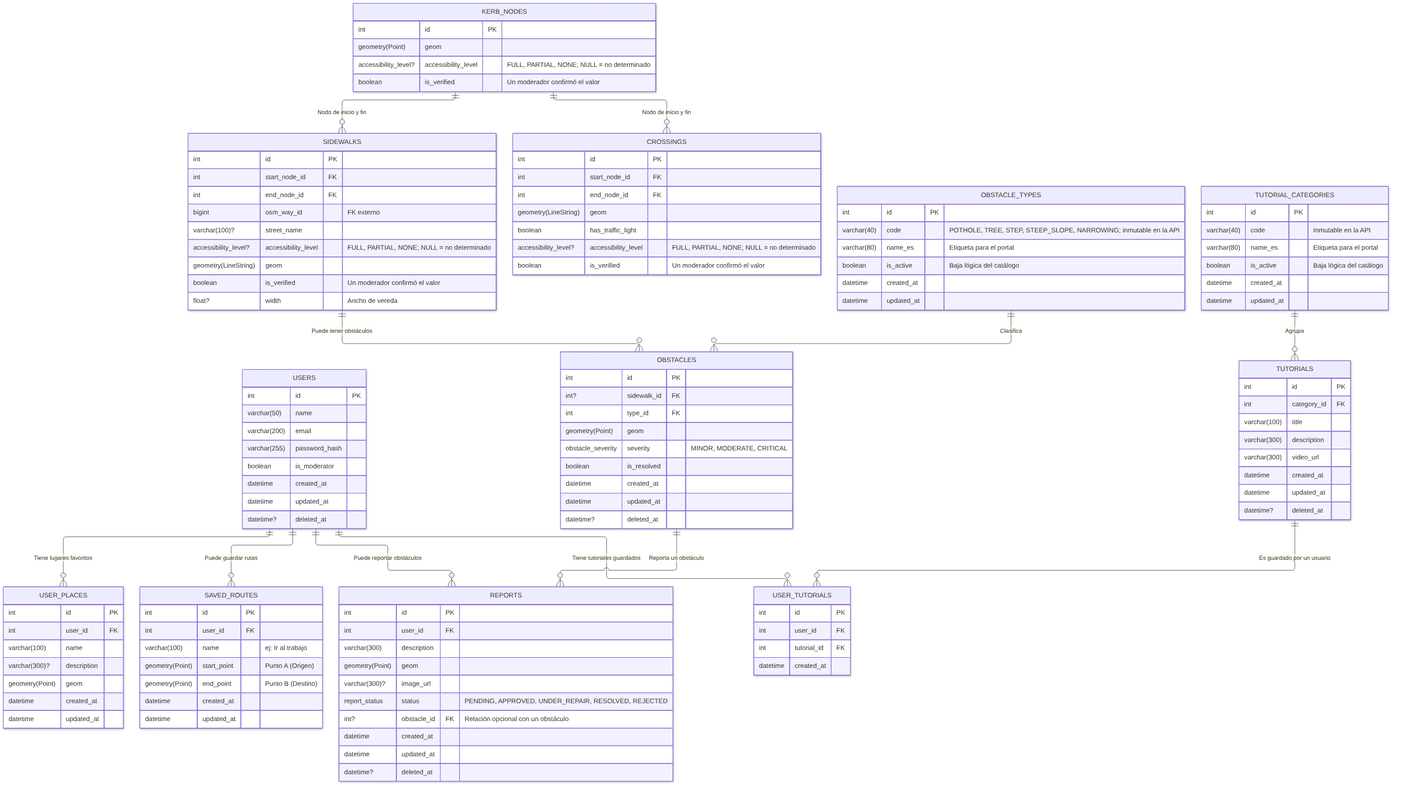
Above: docs/diagrams/imgs/01-DER.png in BLP-Technologies/rodando-x-mza (Mermaid), before the change. Its source is kept beside it as docs/diagrams/01-DER.mmd.
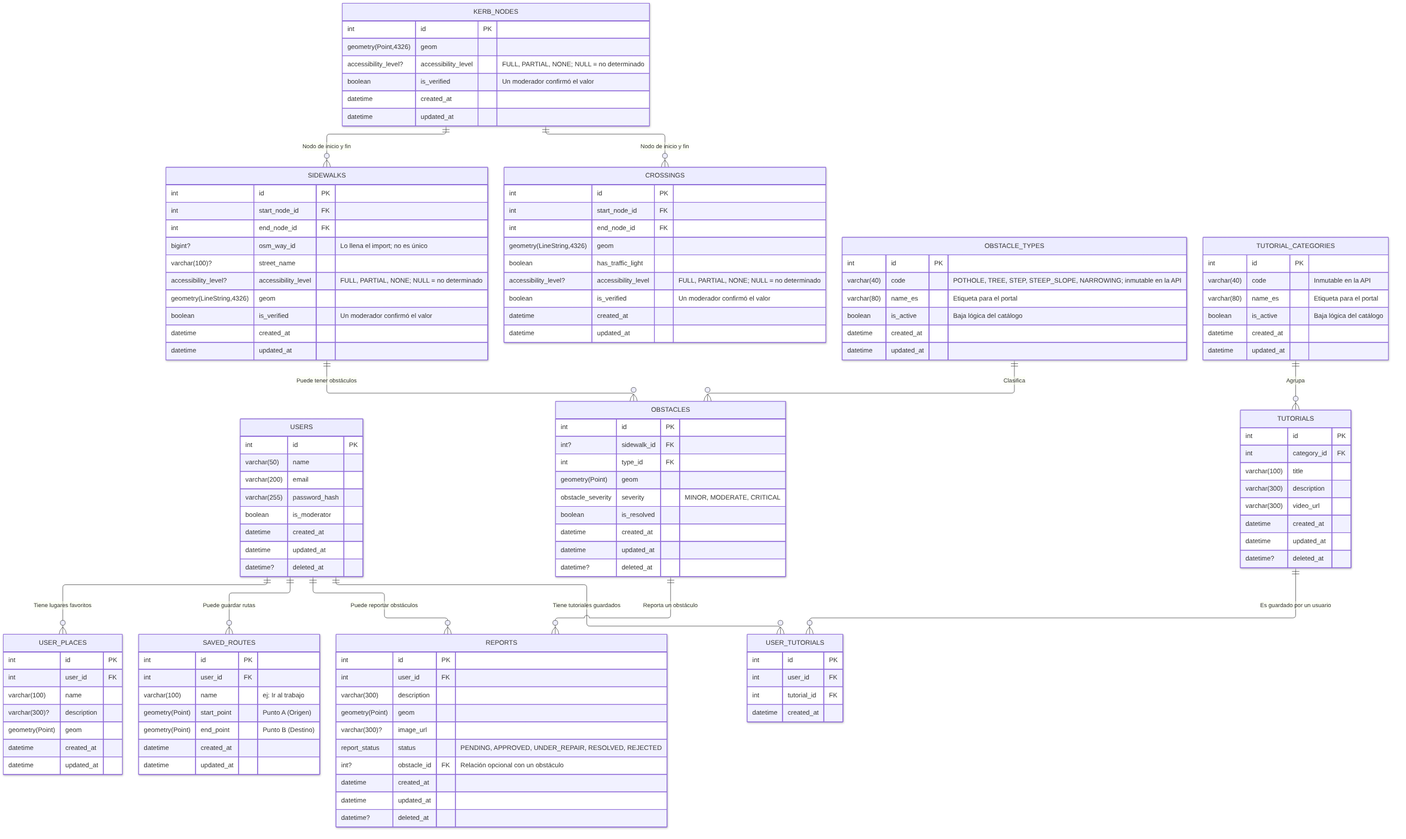
Later version of the same file.

The edit, as a diff of the source:
```diff
@@ -33,31 +33,36 @@
 
     KERB_NODES {
         int id PK
-        geometry(Point) geom
+        geometry(Point,4326) geom
         accessibility_level? accessibility_level "FULL, PARTIAL, NONE; NULL = no determinado"
         boolean is_verified "Un moderador confirmó el valor"
+        datetime created_at
+        datetime updated_at
     }
 
     SIDEWALKS {
         int id PK
         int start_node_id FK
         int end_node_id FK
-        bigint osm_way_id "FK externo"
+        bigint? osm_way_id "Lo llena el import; no es único"
         varchar(100)? street_name
         accessibility_level? accessibility_level "FULL, PARTIAL, NONE; NULL = no determinado"
-        geometry(LineString) geom
+        geometry(LineString,4326) geom
         boolean is_verified "Un moderador confirmó el valor"
-        float? width "Ancho de vereda"
+        datetime created_at
+        datetime updated_at
     }
 
     CROSSINGS {
         int id PK
         int start_node_id FK
         int end_node_id FK
-        geometry(LineString) geom
+        geometry(LineString,4326) geom
         boolean has_traffic_light
         accessibility_level? accessibility_level "FULL, PARTIAL, NONE; NULL = no determinado"
         boolean is_verified "Un moderador confirmó el valor"
+        datetime created_at
+        datetime updated_at
     }
 
     OBSTACLES {
```
